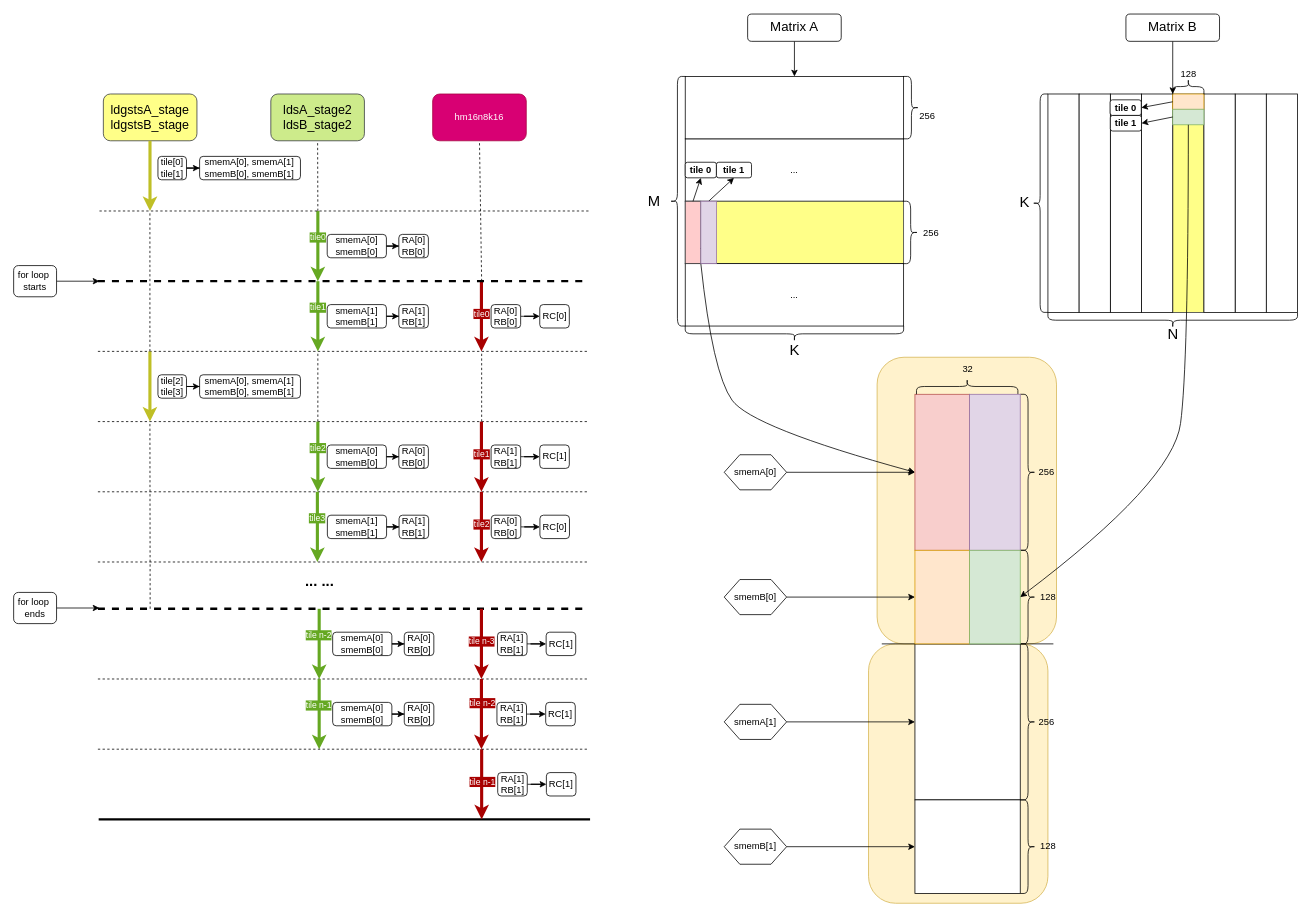
Before: docs/mma/mma_async_stage2/imgs/pipeline.drawio in raymond1123/hgemm, a draw.io diagram. Source tidied: cells renumbered, new cells numbered last; positions are measured from the earlier drawing's top-left corner, leaving out a move shared by most shapes. Both pictures are drawn from the tidied source at 78%, with x=0, y=0 at pixel (13, 14).
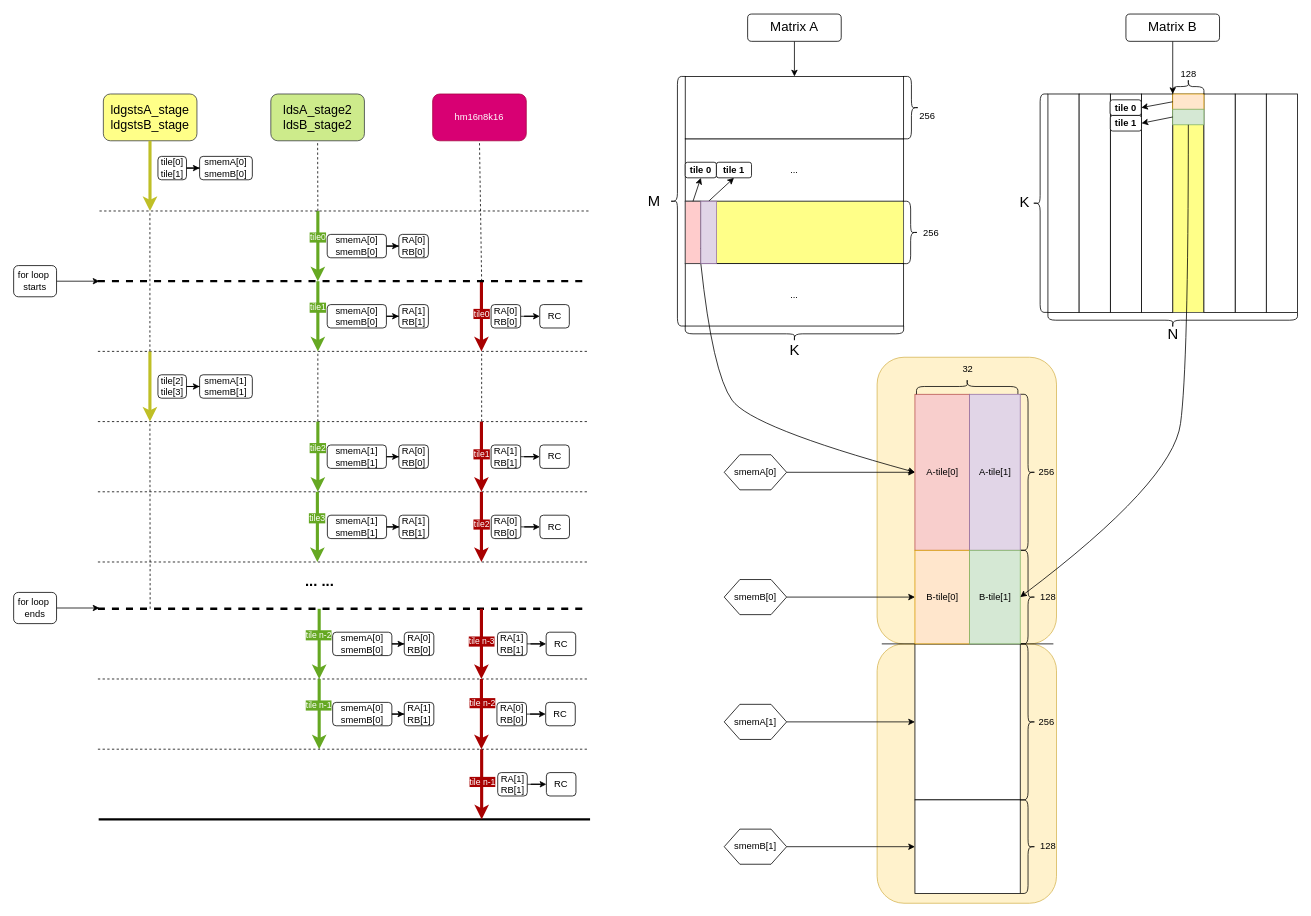
The same diagram, later.

Unchanged cells that the change refers to:
```xml
<mxCell id="94" value="tile[2]&lt;div&gt;tile[3]&lt;/div&gt;" style="rounded=1;whiteSpace=wrap;html=1;" parent="1" vertex="1">
  <mxGeometry x="185" y="462" width="36.6" height="30" as="geometry" />
</mxCell>
```

Change to the diagram source:
```diff
@@
     <mxCell id="2" style="rounded=1;whiteSpace=wrap;html=1;fillColor=#fff2cc;strokeColor=#d6b656;" parent="1" vertex="1">
-      <mxGeometry x="1096" y="807" width="230" height="332.5" as="geometry" />
+      <mxGeometry x="1107" y="807" width="230" height="332.5" as="geometry" />
     </mxCell>
@@
-    <mxCell id="22" style="rounded=0;whiteSpace=wrap;html=1;fillColor=#f8cecc;strokeColor=#b85450;" parent="1" vertex="1">
+    <mxCell id="22" value="A-tile[0]" style="rounded=0;whiteSpace=wrap;html=1;fillColor=#f8cecc;strokeColor=#b85450;" parent="1" vertex="1">
       <mxGeometry x="1155.5" y="487" width="70" height="200" as="geometry" />
     </mxCell>
@@
-    <mxCell id="53" style="rounded=0;whiteSpace=wrap;html=1;fillColor=#e1d5e7;strokeColor=#9673a6;" parent="1" vertex="1">
+    <mxCell id="53" value="A-tile[1]" style="rounded=0;whiteSpace=wrap;html=1;fillColor=#e1d5e7;strokeColor=#9673a6;" parent="1" vertex="1">
       <mxGeometry x="1225.5" y="487" width="65" height="200" as="geometry" />
     </mxCell>
-    <mxCell id="54" style="rounded=0;whiteSpace=wrap;html=1;fillColor=#ffe6cc;strokeColor=#d79b00;" parent="1" vertex="1">
+    <mxCell id="54" value="B-tile[0]" style="rounded=0;whiteSpace=wrap;html=1;fillColor=#ffe6cc;strokeColor=#d79b00;" parent="1" vertex="1">
       <mxGeometry x="1155.5" y="687" width="70" height="120" as="geometry" />
     </mxCell>
-    <mxCell id="55" style="rounded=0;whiteSpace=wrap;html=1;fillColor=#d5e8d4;strokeColor=#82b366;" parent="1" vertex="1">
+    <mxCell id="55" value="B-tile[1]" style="rounded=0;whiteSpace=wrap;html=1;fillColor=#d5e8d4;strokeColor=#82b366;" parent="1" vertex="1">
       <mxGeometry x="1225.5" y="687" width="65" height="120" as="geometry" />
     </mxCell>
@@
-    <mxCell id="76" value="smemA[0], smemA[1]&lt;div&gt;smemB[0],&amp;nbsp;&lt;span style=&quot;background-color: initial;&quot;&gt;smemB[1]&lt;/span&gt;&lt;br&gt;&lt;/div&gt;" style="rounded=1;whiteSpace=wrap;html=1;" parent="1" vertex="1">
-      <mxGeometry x="238.4" y="182" width="129.3" height="30" as="geometry" />
+    <mxCell id="76" value="smemA[0]&lt;div&gt;smemB[0]&lt;br&gt;&lt;/div&gt;" style="rounded=1;whiteSpace=wrap;html=1;" parent="1" vertex="1">
+      <mxGeometry x="238.4" y="182" width="67.6" height="30" as="geometry" />
     </mxCell>
@@
-    <mxCell id="84" value="smemA[1]&lt;div&gt;smemB[1]&lt;br&gt;&lt;/div&gt;" style="rounded=1;whiteSpace=wrap;html=1;" parent="1" vertex="1">
+    <mxCell id="84" value="smemA[0]&lt;div&gt;smemB[0]&lt;br&gt;&lt;/div&gt;" style="rounded=1;whiteSpace=wrap;html=1;" parent="1" vertex="1">
       <mxGeometry x="402" y="372" width="75.9" height="30" as="geometry" />
     </mxCell>
@@
-    <mxCell id="89" value="&lt;div&gt;RC[0]&lt;/div&gt;" style="rounded=1;whiteSpace=wrap;html=1;" parent="1" vertex="1">
+    <mxCell id="89" value="&lt;div&gt;RC&lt;/div&gt;" style="rounded=1;whiteSpace=wrap;html=1;" parent="1" vertex="1">
       <mxGeometry x="674.5" y="372" width="37.9" height="30" as="geometry" />
     </mxCell>
@@
-    <mxCell id="93" style="edgeStyle=orthogonalEdgeStyle;rounded=0;jettySize=auto;html=1;entryX=0;entryY=0.5;entryDx=0;entryDy=0;" parent="1" edge="1" source="94" target="95">
-      <mxGeometry relative="1" as="geometry" />
-    </mxCell>
+    <mxCell id="167" style="edgeStyle=orthogonalEdgeStyle;rounded=0;jettySize=auto;html=1;" parent="1" edge="1" source="94" target="168">
+      <mxGeometry relative="1" as="geometry" />
+    </mxCell>
@@
-    <mxCell id="95" value="smemA[0], smemA[1]&lt;div&gt;smemB[0],&amp;nbsp;&lt;span style=&quot;background-color: initial;&quot;&gt;smemB[1]&lt;/span&gt;&lt;br&gt;&lt;/div&gt;" style="rounded=1;whiteSpace=wrap;html=1;" parent="1" vertex="1">
-      <mxGeometry x="238.4" y="462" width="129.3" height="30" as="geometry" />
-    </mxCell>
@@
-    <mxCell id="98" value="smemA[0]&lt;div&gt;smemB[0]&lt;br&gt;&lt;/div&gt;" style="rounded=1;whiteSpace=wrap;html=1;" parent="1" vertex="1">
+    <mxCell id="98" value="smemA[1]&lt;div&gt;smemB[1]&lt;br&gt;&lt;/div&gt;" style="rounded=1;whiteSpace=wrap;html=1;" parent="1" vertex="1">
       <mxGeometry x="402" y="552" width="75.9" height="30" as="geometry" />
     </mxCell>
@@
-    <mxCell id="102" value="&lt;div&gt;RC[1]&lt;/div&gt;" style="rounded=1;whiteSpace=wrap;html=1;" parent="1" vertex="1">
+    <mxCell id="102" value="&lt;div&gt;RC&lt;/div&gt;" style="rounded=1;whiteSpace=wrap;html=1;" parent="1" vertex="1">
       <mxGeometry x="674.5" y="552" width="37.9" height="30" as="geometry" />
     </mxCell>
@@
-    <mxCell id="109" value="&lt;div&gt;RC[0]&lt;/div&gt;" style="rounded=1;whiteSpace=wrap;html=1;" parent="1" vertex="1">
+    <mxCell id="109" value="&lt;div&gt;RC&lt;/div&gt;" style="rounded=1;whiteSpace=wrap;html=1;" parent="1" vertex="1">
       <mxGeometry x="674.7" y="642" width="37.9" height="30" as="geometry" />
     </mxCell>
@@
-    <mxCell id="119" value="&lt;div&gt;RC[1]&lt;/div&gt;" style="rounded=1;whiteSpace=wrap;html=1;" parent="1" vertex="1">
+    <mxCell id="119" value="&lt;div&gt;RC&lt;/div&gt;" style="rounded=1;whiteSpace=wrap;html=1;" parent="1" vertex="1">
       <mxGeometry x="682.7" y="792" width="37.9" height="30" as="geometry" />
     </mxCell>
@@
-    <mxCell id="132" value="RA[1]&lt;div&gt;RB[1&lt;span style=&quot;background-color: initial;&quot;&gt;]&lt;/span&gt;&lt;/div&gt;" style="rounded=1;whiteSpace=wrap;html=1;" parent="1" vertex="1">
+    <mxCell id="132" value="RA[0]&lt;div&gt;RB[0&lt;span style=&quot;background-color: initial;&quot;&gt;]&lt;/span&gt;&lt;/div&gt;" style="rounded=1;whiteSpace=wrap;html=1;" parent="1" vertex="1">
       <mxGeometry x="619.6" y="882" width="37.9" height="30" as="geometry" />
     </mxCell>
-    <mxCell id="133" value="&lt;div&gt;RC[1]&lt;/div&gt;" style="rounded=1;whiteSpace=wrap;html=1;" parent="1" vertex="1">
+    <mxCell id="133" value="&lt;div&gt;RC&lt;/div&gt;" style="rounded=1;whiteSpace=wrap;html=1;" parent="1" vertex="1">
       <mxGeometry x="682.1" y="882" width="37.9" height="30" as="geometry" />
     </mxCell>
@@
-    <mxCell id="147" value="RA[0]&lt;div&gt;RB[0]&lt;br&gt;&lt;/div&gt;" style="rounded=1;whiteSpace=wrap;html=1;" parent="1" vertex="1">
+    <mxCell id="147" value="RA[1]&lt;div&gt;RB[1]&lt;br&gt;&lt;/div&gt;" style="rounded=1;whiteSpace=wrap;html=1;" parent="1" vertex="1">
       <mxGeometry x="500.8" y="882" width="37.9" height="30" as="geometry" />
     </mxCell>
@@
-    <mxCell id="150" value="&lt;div&gt;RC[1]&lt;/div&gt;" style="rounded=1;whiteSpace=wrap;html=1;" parent="1" vertex="1">
+    <mxCell id="150" value="&lt;div&gt;RC&lt;/div&gt;" style="rounded=1;whiteSpace=wrap;html=1;" parent="1" vertex="1">
       <mxGeometry x="683" y="972" width="37.9" height="30" as="geometry" />
     </mxCell>
@@
+    <mxCell id="168" value="smemA[1]&lt;div&gt;smemB[1]&lt;br&gt;&lt;/div&gt;" style="rounded=1;whiteSpace=wrap;html=1;" parent="1" vertex="1">
+      <mxGeometry x="238.4" y="462" width="67.6" height="30" as="geometry" />
+    </mxCell>
```
